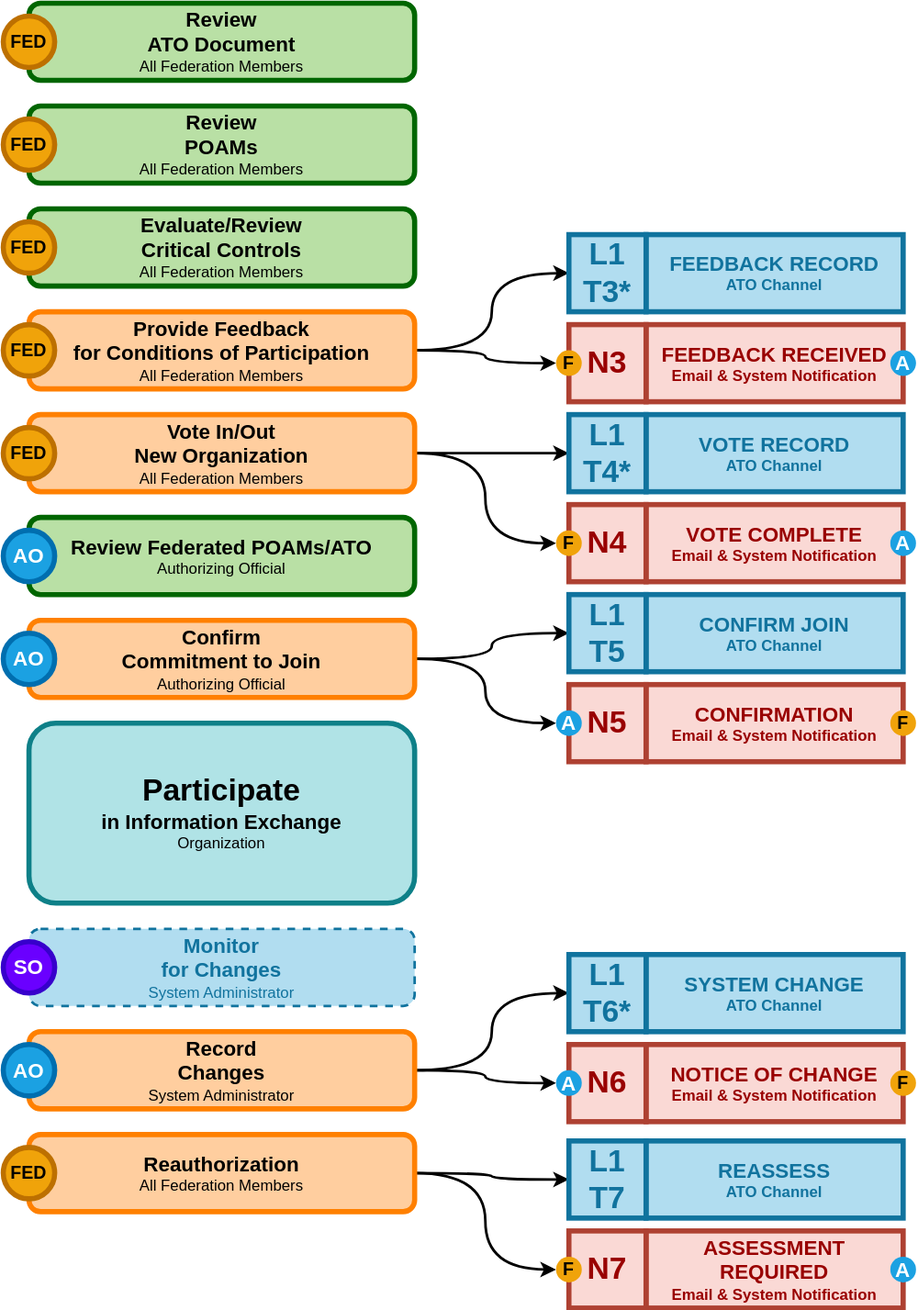
Above: docs/ato/ATO.authorization.drawio.svg in usnistgov/blossom-oscal (draw.io), before the change. Source tidied: cells renumbered, new cells last; positions are measured from the earlier drawing's top-left corner, leaving out a move shared by most shapes.
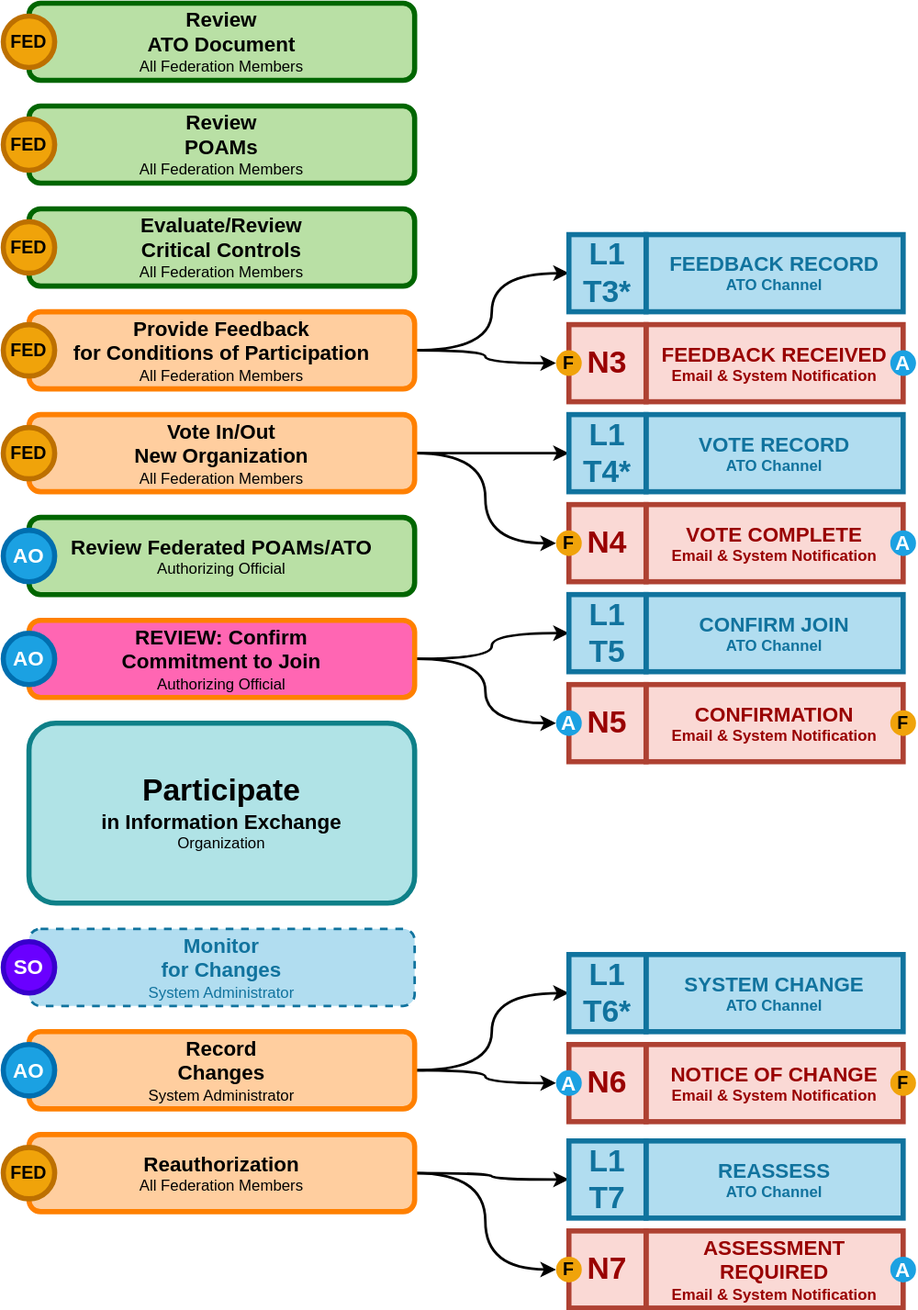
After the commit.

Commit message:
Adjust confirmation step for review.

Diff of the diagram source:
```diff
@@ -187,7 +187,7 @@
     <mxCell id="62" style="group;" parent="1" vertex="1">
       <mxGeometry y="480" width="320" height="60" as="geometry" />
     </mxCell>
-    <mxCell id="63" value="&lt;span style=&quot;font-size: 16px;&quot;&gt;&lt;b&gt;Confirm &lt;br&gt;Commitment to Join&lt;br&gt;&lt;/b&gt;&lt;/span&gt;Authorizing Official" style="rounded=1;whiteSpace=wrap;html=1;fillColor=#FFCE9F;strokeColor=#FF8000;strokeWidth=4;fontColor=#000000;labelBackgroundColor=none;" parent="62" vertex="1">
+    <mxCell id="63" value="&lt;span style=&quot;font-size: 16px;&quot;&gt;&lt;b&gt;REVIEW: Confirm &lt;br&gt;Commitment to Join&lt;br&gt;&lt;/b&gt;&lt;/span&gt;Authorizing Official" style="rounded=1;whiteSpace=wrap;html=1;fillColor=#FF66B3;strokeColor=#FF8000;strokeWidth=4;fontColor=#000000;labelBackgroundColor=none;" parent="62" vertex="1">
       <mxGeometry x="20" width="300" height="60" as="geometry" />
     </mxCell>
     <mxCell id="64" value="AO" style="ellipse;whiteSpace=wrap;html=1;strokeWidth=4;fontSize=16;fontColor=#ffffff;fillColor=#1ba1e2;strokeColor=#006EAF;fontStyle=1;" parent="62" vertex="1">
```
